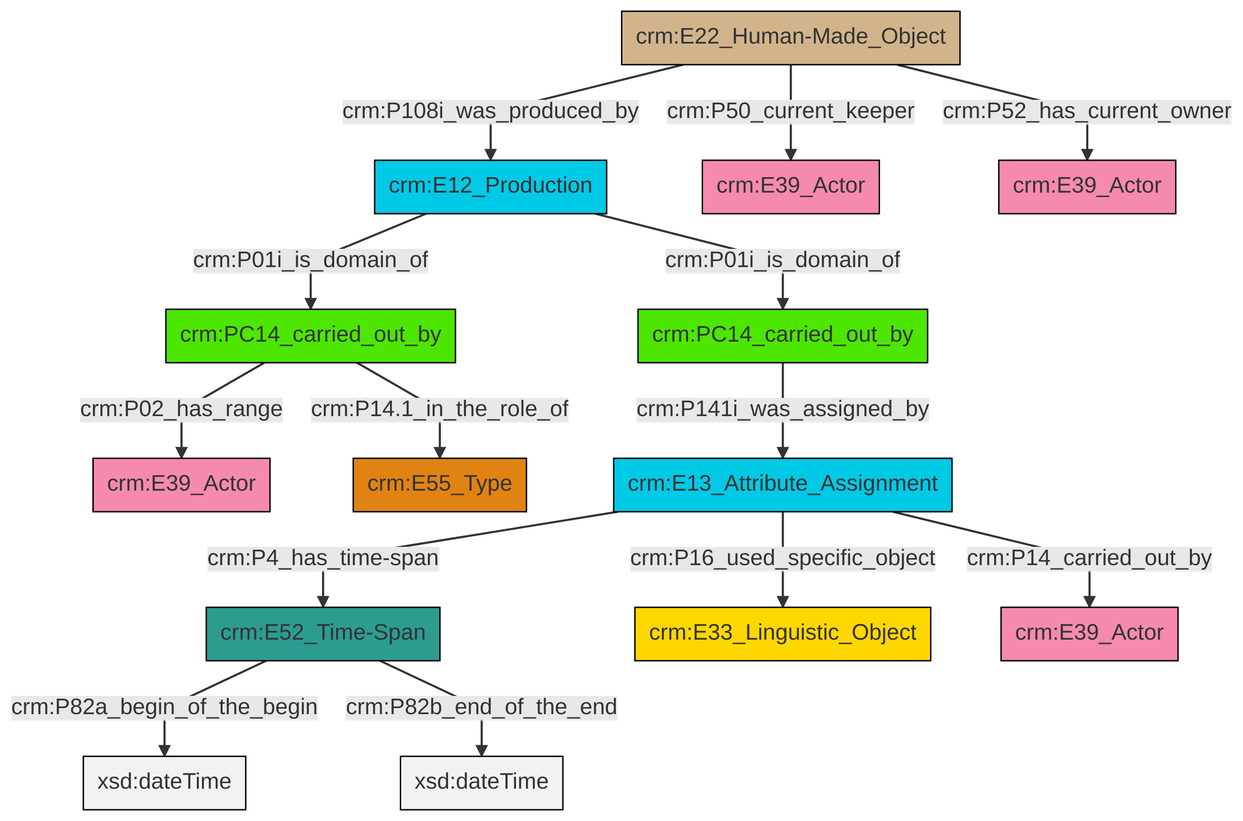
Before: et/carrierCSV/ttl/mmd/png/carrier_relations.png, a diagram exported from Mermaid (swiss-art-research-net/docs.swissartresearch). Its source is kept beside it as et/carrierCSV/ttl/mmd/carrier_relations.ttl.mmd.
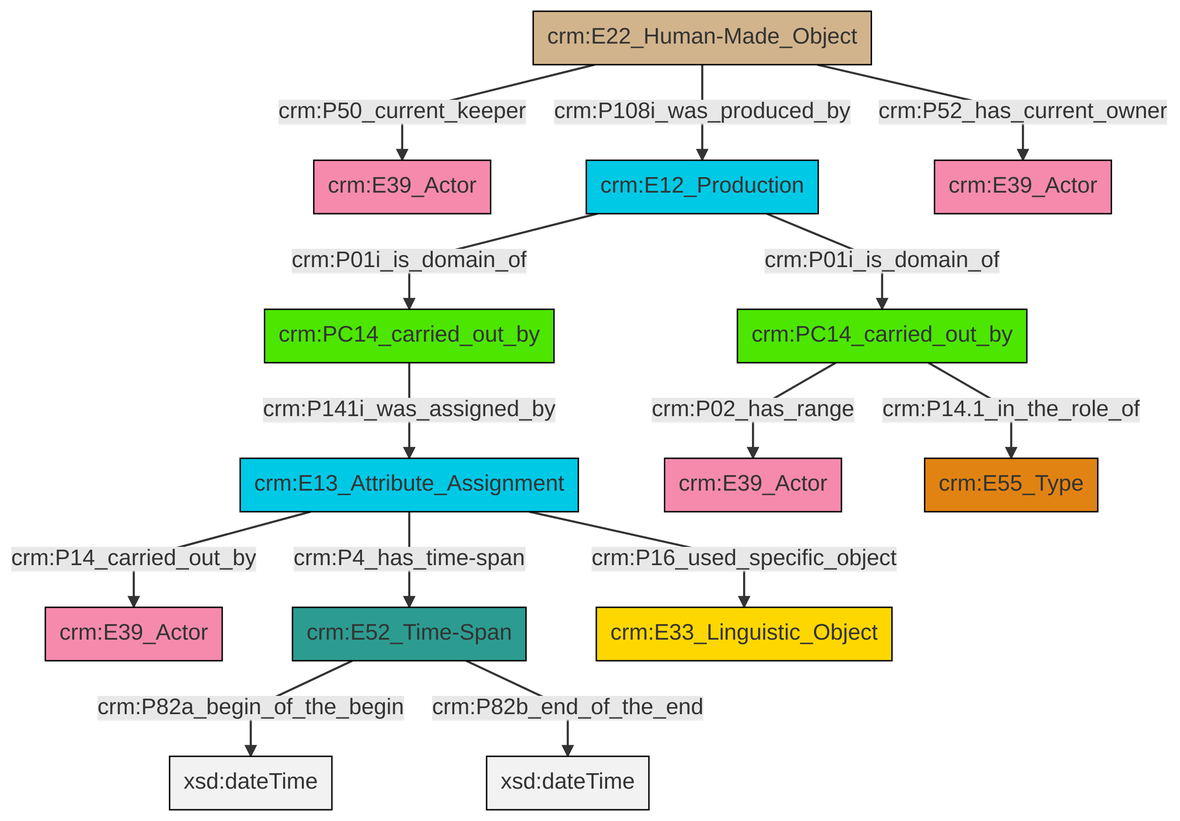
The same file after the commit.

Change to the diagram source:
```diff
@@ -13,16 +13,16 @@
 classDef PC_Classes fill:#4ce600, stroke:#000000;
 classDef Multi fill:#cccccc,stroke:#000000;
 
-0["crm:E12_Production"]:::Temporal_Entity -->|crm:P01i_is_domain_of| 1["crm:PC14_carried_out_by"]:::PC_Classes
-2["crm:E22_Human-Made_Object"]:::Physical_Thing -->|crm:P108i_was_produced_by| 0["crm:E12_Production"]:::Temporal_Entity
-7["crm:E13_Attribute_Assignment"]:::Temporal_Entity -->|crm:P4_has_time-span| 8["crm:E52_Time-Span"]:::Time-Span
-7["crm:E13_Attribute_Assignment"]:::Temporal_Entity -->|crm:P16_used_specific_object| 3["crm:E33_Linguistic_Object"]:::Conceptual_Object
-0["crm:E12_Production"]:::Temporal_Entity -->|crm:P01i_is_domain_of| 11["crm:PC14_carried_out_by"]:::PC_Classes
-1["crm:PC14_carried_out_by"]:::PC_Classes -->|crm:P02_has_range| 5["crm:E39_Actor"]:::Actor
-2["crm:E22_Human-Made_Object"]:::Physical_Thing -->|crm:P50_current_keeper| 14["crm:E39_Actor"]:::Actor
-8["crm:E52_Time-Span"]:::Time-Span -->|crm:P82a_begin_of_the_begin| 23[xsd:dateTime]:::Literal
-11["crm:PC14_carried_out_by"]:::PC_Classes -->|crm:P141i_was_assigned_by| 7["crm:E13_Attribute_Assignment"]:::Temporal_Entity
-8["crm:E52_Time-Span"]:::Time-Span -->|crm:P82b_end_of_the_end| 24[xsd:dateTime]:::Literal
-7["crm:E13_Attribute_Assignment"]:::Temporal_Entity -->|crm:P14_carried_out_by| 16["crm:E39_Actor"]:::Actor
-1["crm:PC14_carried_out_by"]:::PC_Classes -->|crm:P14.1_in_the_role_of| 18["crm:E55_Type"]:::Type
-2["crm:E22_Human-Made_Object"]:::Physical_Thing -->|crm:P52_has_current_owner| 20["crm:E39_Actor"]:::Actor
+2["crm:E13_Attribute_Assignment"]:::Temporal_Entity -->|crm:P14_carried_out_by| 3["crm:E39_Actor"]:::Actor
+4["crm:E52_Time-Span"]:::Time-Span -->|crm:P82a_begin_of_the_begin| 5[xsd:dateTime]:::Literal
+6["crm:PC14_carried_out_by"]:::PC_Classes -->|crm:P141i_was_assigned_by| 2["crm:E13_Attribute_Assignment"]:::Temporal_Entity
+7["crm:E22_Human-Made_Object"]:::Physical_Thing -->|crm:P50_current_keeper| 8["crm:E39_Actor"]:::Actor
+9["crm:E12_Production"]:::Temporal_Entity -->|crm:P01i_is_domain_of| 6["crm:PC14_carried_out_by"]:::PC_Classes
+14["crm:PC14_carried_out_by"]:::PC_Classes -->|crm:P02_has_range| 10["crm:E39_Actor"]:::Actor
+14["crm:PC14_carried_out_by"]:::PC_Classes -->|crm:P14.1_in_the_role_of| 0["crm:E55_Type"]:::Type
+2["crm:E13_Attribute_Assignment"]:::Temporal_Entity -->|crm:P4_has_time-span| 4["crm:E52_Time-Span"]:::Time-Span
+9["crm:E12_Production"]:::Temporal_Entity -->|crm:P01i_is_domain_of| 14["crm:PC14_carried_out_by"]:::PC_Classes
+7["crm:E22_Human-Made_Object"]:::Physical_Thing -->|crm:P108i_was_produced_by| 9["crm:E12_Production"]:::Temporal_Entity
+7["crm:E22_Human-Made_Object"]:::Physical_Thing -->|crm:P52_has_current_owner| 12["crm:E39_Actor"]:::Actor
+4["crm:E52_Time-Span"]:::Time-Span -->|crm:P82b_end_of_the_end| 18[xsd:dateTime]:::Literal
+2["crm:E13_Attribute_Assignment"]:::Temporal_Entity -->|crm:P16_used_specific_object| 19["crm:E33_Linguistic_Object"]:::Conceptual_Object
```
